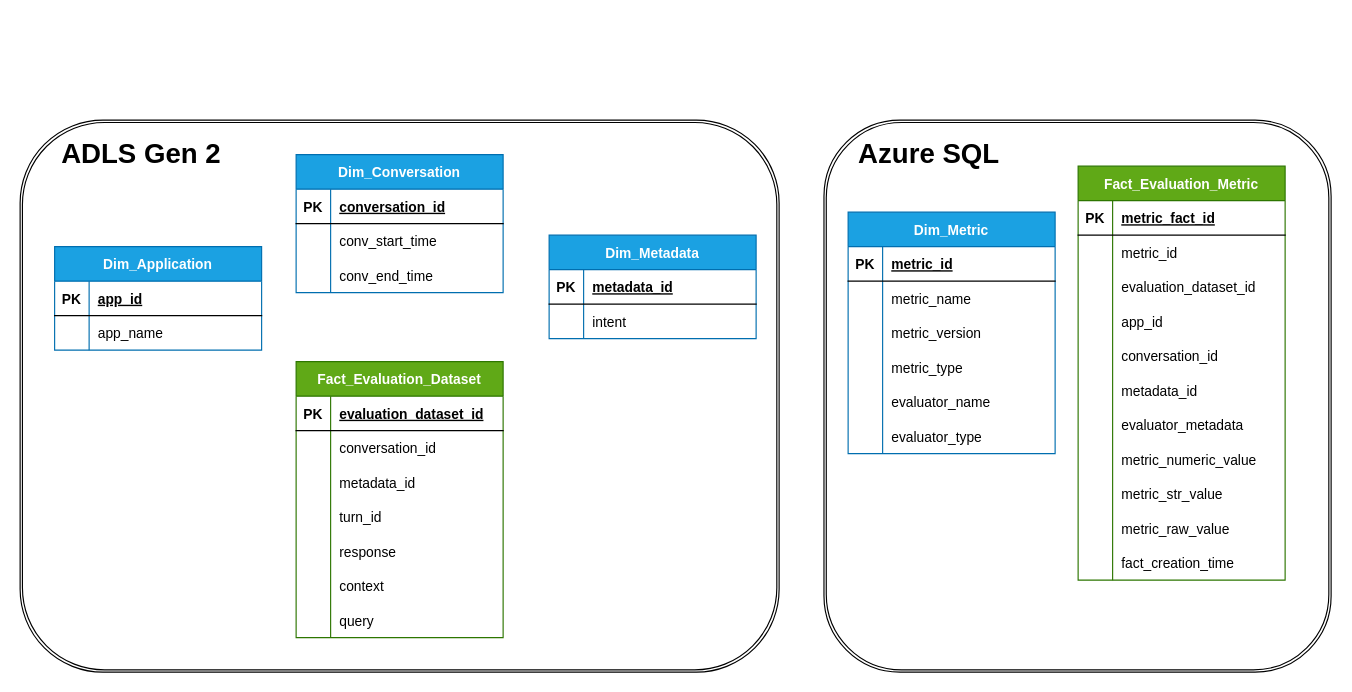
Above: page "Low Level Data model" (2 of 3) of docs/diagrams/Architecture.drawio in Azure-Samples/llm-eval-grader-samples (draw.io), before the change. Source tidied: cells renumbered, new cells numbered last; positions are measured from the earlier drawing's top-left corner, leaving out a move shared by most shapes. Both pictures are drawn from the tidied source at 115%, with x=0, y=0 at pixel (20, 120).
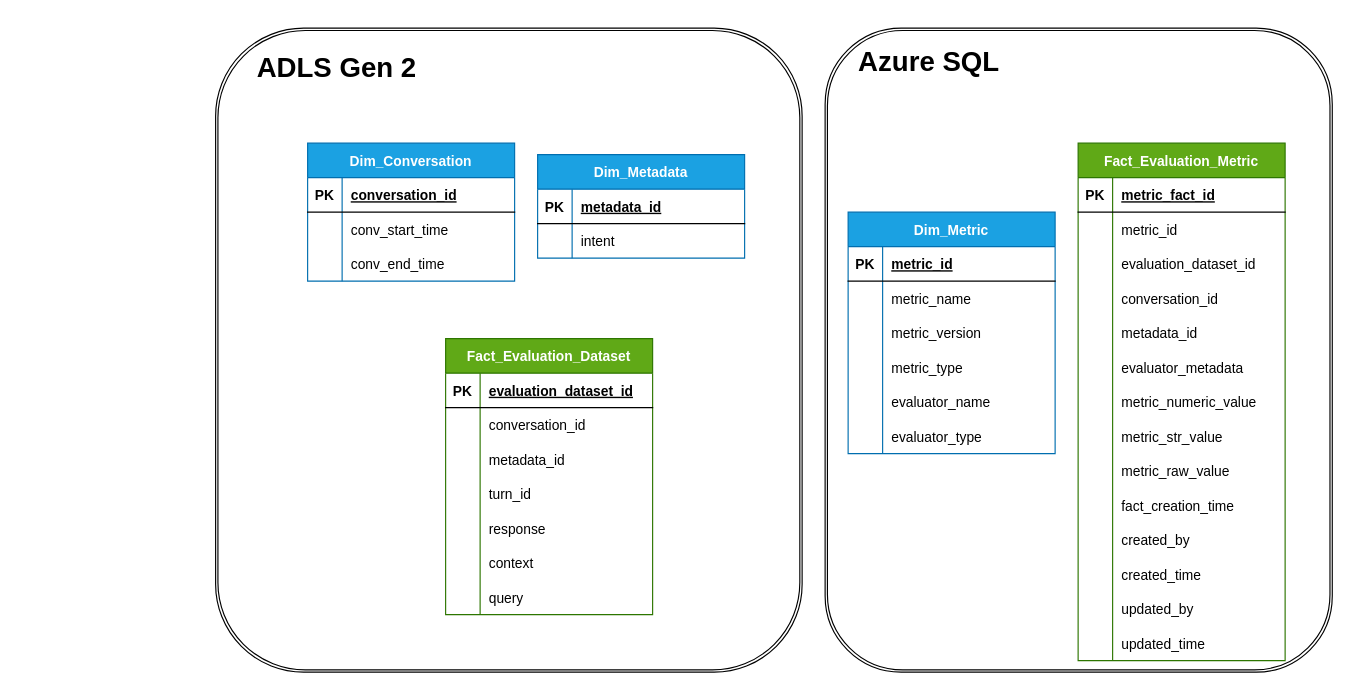
The same diagram, later.

Change to the diagram source:
```diff
@@
     <mxCell id="2" value="Dim_Conversation" style="shape=table;startSize=30;childLayout=tableLayout;rowLines=0;fontStyle=1;align=center;fillColor=#1ba1e2;fontColor=#ffffff;strokeColor=#006EAF;" parent="1" vertex="1">
-      <mxGeometry x="240" y="30" width="180" height="120" as="geometry" />
+      <mxGeometry x="250" y="20" width="180" height="120" as="geometry" />
     </mxCell>
@@
     <mxCell id="12" value="Dim_Metadata" style="shape=table;startSize=30;childLayout=tableLayout;rowLines=0;fontStyle=1;align=center;fillColor=#1ba1e2;fontColor=#ffffff;strokeColor=#006EAF;" parent="1" vertex="1">
-      <mxGeometry x="460" y="100" width="180" height="90" as="geometry" />
+      <mxGeometry x="450" y="30" width="180" height="90" as="geometry" />
     </mxCell>
@@
     <mxCell id="19" value="Fact_Evaluation_Dataset" style="shape=table;startSize=30;childLayout=tableLayout;rowLines=0;fontStyle=1;align=center;fillColor=#60a917;fontColor=#ffffff;strokeColor=#2D7600;" parent="1" vertex="1">
-      <mxGeometry x="240" y="210" width="180" height="240" as="geometry" />
+      <mxGeometry x="370" y="190" width="180" height="240" as="geometry" />
     </mxCell>
@@
     <mxCell id="41" value="Fact_Evaluation_Metric" style="shape=table;startSize=30;childLayout=tableLayout;rowLines=0;fontStyle=1;align=center;fillColor=#60a917;fontColor=#ffffff;strokeColor=#2D7600;" parent="1" vertex="1">
-      <mxGeometry x="920" y="40" width="180" height="360" as="geometry" />
+      <mxGeometry x="920" y="20" width="180" height="450" as="geometry" />
     </mxCell>
@@
-    <mxCell id="51" style="shape=tableRow;horizontal=0;startSize=0;swimlaneHead=0;swimlaneBody=0;fillColor=none;top=0;left=0;right=0;bottom=0;" parent="41" vertex="1">
-      <mxGeometry y="120" width="180" height="30" as="geometry" />
-    </mxCell>
-    <mxCell id="52" style="shape=partialRectangle;fillColor=none;top=0;left=0;bottom=0;right=0;overflow=hidden;" parent="51" vertex="1">
-      <mxGeometry width="30" height="30" as="geometry" />
-    </mxCell>
-    <mxCell id="53" value="app_id" style="shape=partialRectangle;fillColor=none;top=0;left=0;bottom=0;right=0;align=left;spacingLeft=6;overflow=hidden;" parent="51" vertex="1">
-      <mxGeometry x="30" width="150" height="30" as="geometry" />
-    </mxCell>
     <mxCell id="54" style="shape=tableRow;horizontal=0;startSize=0;swimlaneHead=0;swimlaneBody=0;fillColor=none;top=0;left=0;right=0;bottom=0;" parent="41" vertex="1">
-      <mxGeometry y="150" width="180" height="30" as="geometry" />
+      <mxGeometry y="120" width="180" height="30" as="geometry" />
     </mxCell>
@@
     <mxCell id="57" style="shape=tableRow;horizontal=0;startSize=0;swimlaneHead=0;swimlaneBody=0;fillColor=none;top=0;left=0;right=0;bottom=0;" parent="41" vertex="1">
-      <mxGeometry y="180" width="180" height="30" as="geometry" />
+      <mxGeometry y="150" width="180" height="30" as="geometry" />
     </mxCell>
@@
     <mxCell id="60" style="shape=tableRow;horizontal=0;startSize=0;swimlaneHead=0;swimlaneBody=0;fillColor=none;top=0;left=0;right=0;bottom=0;" parent="41" vertex="1">
-      <mxGeometry y="210" width="180" height="30" as="geometry" />
+      <mxGeometry y="180" width="180" height="30" as="geometry" />
     </mxCell>
@@
     <mxCell id="63" style="shape=tableRow;horizontal=0;startSize=0;swimlaneHead=0;swimlaneBody=0;fillColor=none;top=0;left=0;right=0;bottom=0;" parent="41" vertex="1">
-      <mxGeometry y="240" width="180" height="30" as="geometry" />
+      <mxGeometry y="210" width="180" height="30" as="geometry" />
     </mxCell>
@@
     <mxCell id="66" style="shape=tableRow;horizontal=0;startSize=0;swimlaneHead=0;swimlaneBody=0;fillColor=none;top=0;left=0;right=0;bottom=0;" parent="41" vertex="1">
-      <mxGeometry y="270" width="180" height="30" as="geometry" />
+      <mxGeometry y="240" width="180" height="30" as="geometry" />
     </mxCell>
@@
     <mxCell id="69" style="shape=tableRow;horizontal=0;startSize=0;swimlaneHead=0;swimlaneBody=0;fillColor=none;top=0;left=0;right=0;bottom=0;" parent="41" vertex="1">
-      <mxGeometry y="300" width="180" height="30" as="geometry" />
+      <mxGeometry y="270" width="180" height="30" as="geometry" />
     </mxCell>
@@
     <mxCell id="72" style="shape=tableRow;horizontal=0;startSize=0;swimlaneHead=0;swimlaneBody=0;fillColor=none;top=0;left=0;right=0;bottom=0;" parent="41" vertex="1">
-      <mxGeometry y="330" width="180" height="30" as="geometry" />
+      <mxGeometry y="300" width="180" height="30" as="geometry" />
     </mxCell>
@@
+    <mxCell id="105" style="shape=tableRow;horizontal=0;startSize=0;swimlaneHead=0;swimlaneBody=0;fillColor=none;top=0;left=0;right=0;bottom=0;" parent="41" vertex="1">
+      <mxGeometry y="330" width="180" height="30" as="geometry" />
+    </mxCell>
+    <mxCell id="106" style="shape=partialRectangle;fillColor=none;top=0;left=0;bottom=0;right=0;overflow=hidden;" parent="105" vertex="1">
+      <mxGeometry width="30" height="30" as="geometry" />
+    </mxCell>
+    <mxCell id="107" value="created_by" style="shape=partialRectangle;fillColor=none;top=0;left=0;bottom=0;right=0;align=left;spacingLeft=6;overflow=hidden;" parent="105" vertex="1">
+      <mxGeometry x="30" width="150" height="30" as="geometry" />
+    </mxCell>
+    <mxCell id="108" style="shape=tableRow;horizontal=0;startSize=0;swimlaneHead=0;swimlaneBody=0;fillColor=none;top=0;left=0;right=0;bottom=0;" parent="41" vertex="1">
+      <mxGeometry y="360" width="180" height="30" as="geometry" />
+    </mxCell>
+    <mxCell id="109" style="shape=partialRectangle;fillColor=none;top=0;left=0;bottom=0;right=0;overflow=hidden;" parent="108" vertex="1">
+      <mxGeometry width="30" height="30" as="geometry" />
+    </mxCell>
+    <mxCell id="110" value="created_time" style="shape=partialRectangle;fillColor=none;top=0;left=0;bottom=0;right=0;align=left;spacingLeft=6;overflow=hidden;" parent="108" vertex="1">
+      <mxGeometry x="30" width="150" height="30" as="geometry" />
+    </mxCell>
+    <mxCell id="111" style="shape=tableRow;horizontal=0;startSize=0;swimlaneHead=0;swimlaneBody=0;fillColor=none;top=0;left=0;right=0;bottom=0;" parent="41" vertex="1">
+      <mxGeometry y="390" width="180" height="30" as="geometry" />
+    </mxCell>
+    <mxCell id="112" style="shape=partialRectangle;fillColor=none;top=0;left=0;bottom=0;right=0;overflow=hidden;" parent="111" vertex="1">
+      <mxGeometry width="30" height="30" as="geometry" />
+    </mxCell>
+    <mxCell id="113" value="updated_by" style="shape=partialRectangle;fillColor=none;top=0;left=0;bottom=0;right=0;align=left;spacingLeft=6;overflow=hidden;" parent="111" vertex="1">
+      <mxGeometry x="30" width="150" height="30" as="geometry" />
+    </mxCell>
+    <mxCell id="114" style="shape=tableRow;horizontal=0;startSize=0;swimlaneHead=0;swimlaneBody=0;fillColor=none;top=0;left=0;right=0;bottom=0;" parent="41" vertex="1">
+      <mxGeometry y="420" width="180" height="30" as="geometry" />
+    </mxCell>
+    <mxCell id="115" style="shape=partialRectangle;fillColor=none;top=0;left=0;bottom=0;right=0;overflow=hidden;" parent="114" vertex="1">
+      <mxGeometry width="30" height="30" as="geometry" />
+    </mxCell>
+    <mxCell id="116" value="updated_time" style="shape=partialRectangle;fillColor=none;top=0;left=0;bottom=0;right=0;align=left;spacingLeft=6;overflow=hidden;" parent="114" vertex="1">
+      <mxGeometry x="30" width="150" height="30" as="geometry" />
+    </mxCell>
@@
-    <mxCell id="94" value="Dim_Application" style="shape=table;startSize=30;childLayout=tableLayout;rowLines=0;fontStyle=1;align=center;fillColor=#1ba1e2;fontColor=#ffffff;strokeColor=#006EAF;" parent="1" vertex="1">
-      <mxGeometry x="30" y="110" width="180" height="90" as="geometry" />
-    </mxCell>
-    <mxCell id="95" style="shape=tableRow;horizontal=0;startSize=0;swimlaneHead=0;swimlaneBody=0;fillColor=none;top=0;left=0;right=0;bottom=1;" parent="94" vertex="1">
-      <mxGeometry y="30" width="180" height="30" as="geometry" />
-    </mxCell>
-    <mxCell id="96" value="PK" style="shape=partialRectangle;fillColor=none;top=0;left=0;bottom=0;right=0;fontStyle=1;overflow=hidden;" parent="95" vertex="1">
-      <mxGeometry width="30" height="30" as="geometry" />
-    </mxCell>
-    <mxCell id="97" value="app_id" style="shape=partialRectangle;fillColor=none;top=0;left=0;bottom=0;right=0;align=left;spacingLeft=6;fontStyle=5;overflow=hidden;" parent="95" vertex="1">
-      <mxGeometry x="30" width="150" height="30" as="geometry" />
-    </mxCell>
-    <mxCell id="98" style="shape=tableRow;horizontal=0;startSize=0;swimlaneHead=0;swimlaneBody=0;fillColor=none;top=0;left=0;right=0;bottom=0;" parent="94" vertex="1">
-      <mxGeometry y="60" width="180" height="30" as="geometry" />
-    </mxCell>
-    <mxCell id="99" style="shape=partialRectangle;fillColor=none;top=0;left=0;bottom=0;right=0;overflow=hidden;" parent="98" vertex="1">
-      <mxGeometry width="30" height="30" as="geometry" />
-    </mxCell>
-    <mxCell id="100" value="app_name" style="shape=partialRectangle;fillColor=none;top=0;left=0;bottom=0;right=0;align=left;spacingLeft=6;overflow=hidden;" parent="98" vertex="1">
-      <mxGeometry x="30" width="150" height="30" as="geometry" />
-    </mxCell>
     <mxCell id="101" style="shape=ext;double=1;rounded=1;whiteSpace=wrap;html=1;fillColor=none;" parent="1" vertex="1">
-      <mxGeometry width="660" height="480" as="geometry" />
+      <mxGeometry x="170" y="-80" width="510" height="560" as="geometry" />
     </mxCell>
+    <mxCell id="117" style="edgeStyle=none;html=1;exitX=0.5;exitY=0;exitDx=0;exitDy=0;fontColor=#677e16;" parent="1" edge="1" source="102">
+      <mxGeometry relative="1" as="geometry">
+        <mxPoint x="921" y="-80" as="targetPoint" />
+      </mxGeometry>
+    </mxCell>
     <mxCell id="102" style="shape=ext;double=1;rounded=1;whiteSpace=wrap;html=1;fillColor=none;" parent="1" vertex="1">
-      <mxGeometry x="699" width="441" height="480" as="geometry" />
+      <mxGeometry x="700" y="-80" width="441" height="560" as="geometry" />
     </mxCell>
     <mxCell id="103" value="ADLS Gen 2" style="text;strokeColor=none;fillColor=none;html=1;fontSize=24;fontStyle=1;verticalAlign=middle;align=center;" parent="1" vertex="1">
-      <mxGeometry x="40" y="5" width="130" height="50" as="geometry" />
+      <mxGeometry x="210" y="-70" width="130" height="50" as="geometry" />
     </mxCell>
     <mxCell id="104" value="Azure SQL" style="text;strokeColor=none;fillColor=none;html=1;fontSize=24;fontStyle=1;verticalAlign=middle;align=center;" parent="1" vertex="1">
-      <mxGeometry x="740" y="10" width="100" height="40" as="geometry" />
+      <mxGeometry x="740" y="-70" width="100" height="40" as="geometry" />
     </mxCell>
```
